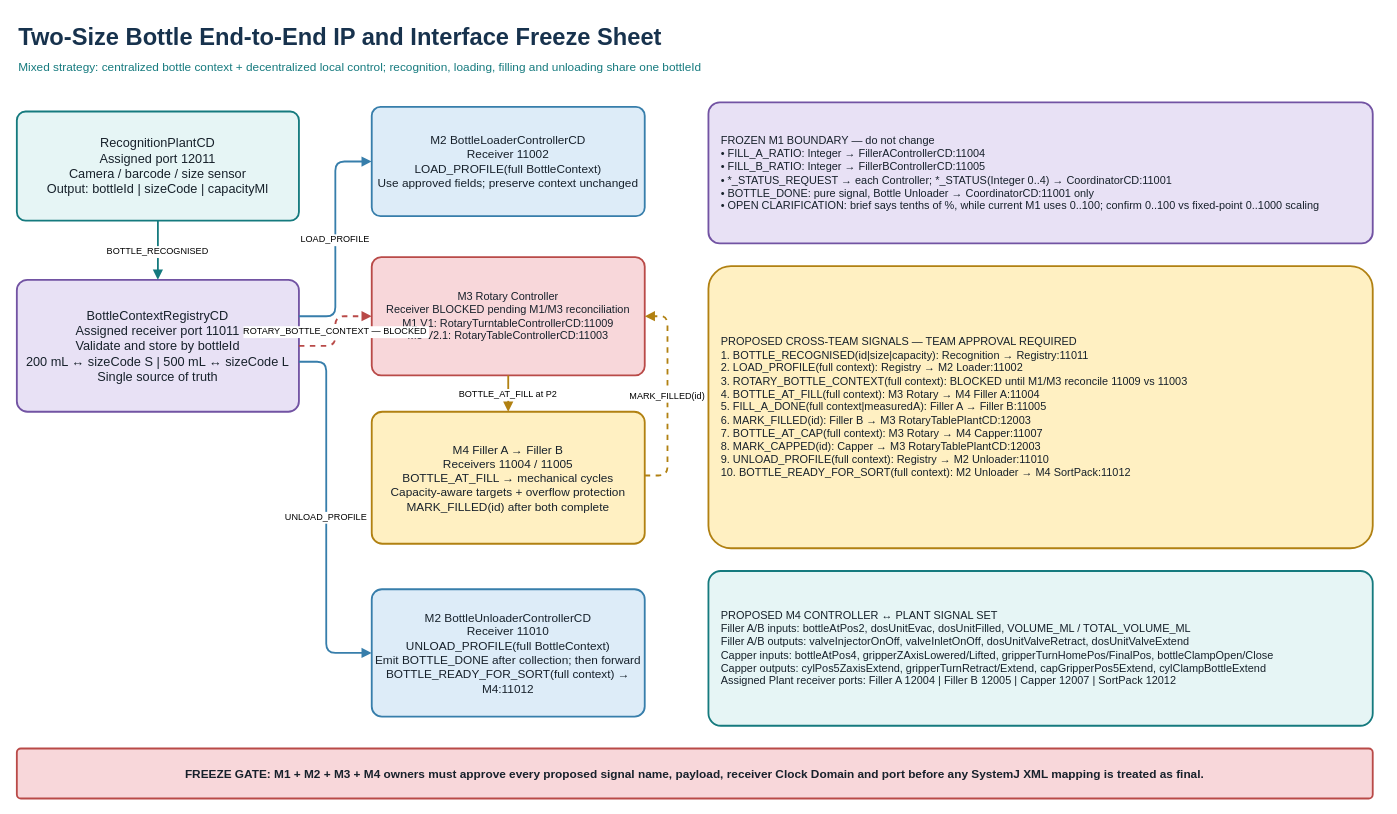
Before: page "6 Two-Size End-to-End and Interface Freeze" (6 of 7) of docs/COMPSYS704_M4_Diagrams.drawio in solomonyeUOA/COMPSYS704_Project1, a draw.io diagram. Source tidied: cells renumbered, new cells numbered last; positions are measured from the earlier drawing's top-left corner, leaving out a move shared by most shapes. Both pictures are drawn from the tidied source at 91%, with x=0, y=0 at pixel (16, 15).
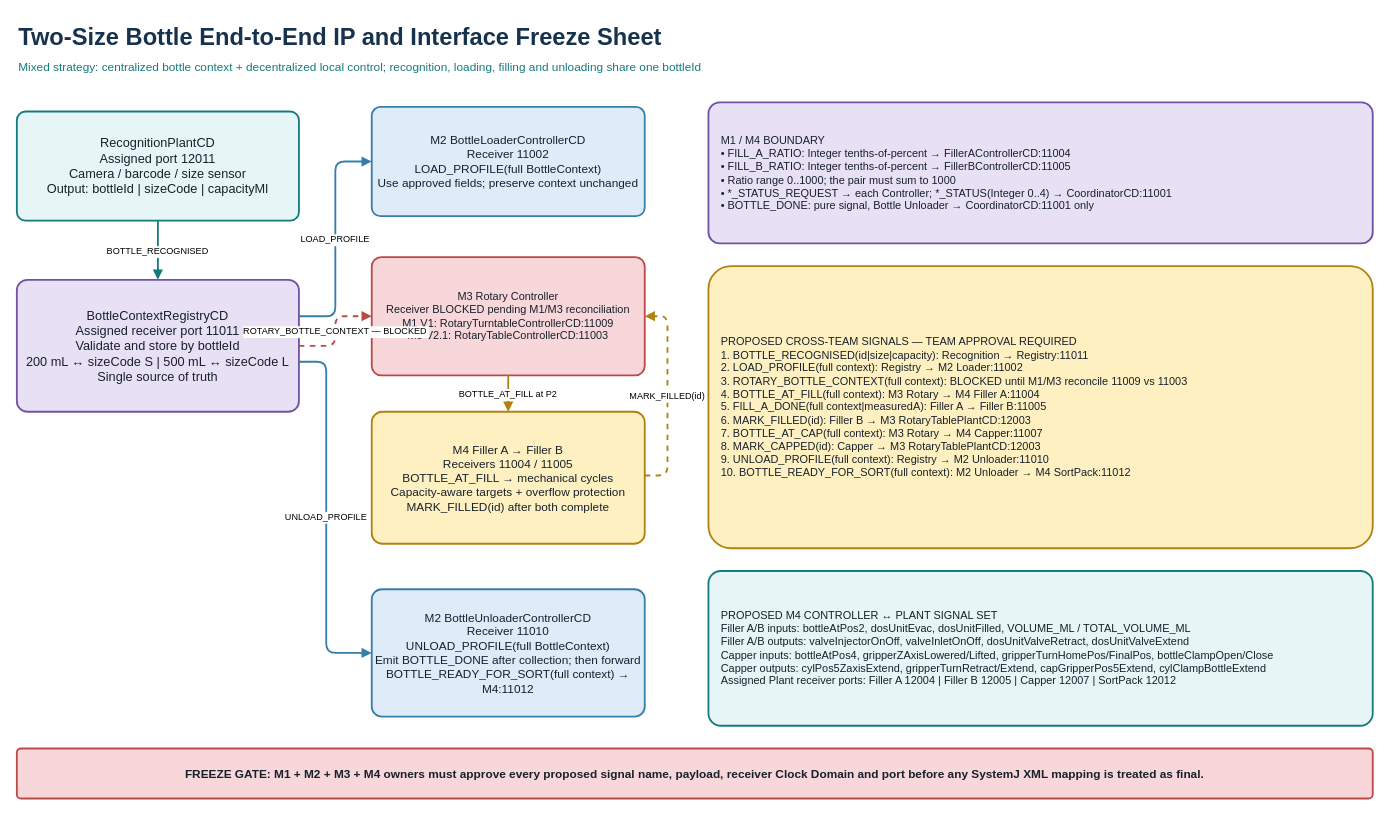
Above is the later version.

Change to the diagram source:
```diff
@@
-    <mxCell id="10" value="FROZEN M1 BOUNDARY — do not change&#10;• FILL_A_RATIO: Integer → FillerAControllerCD:11004&#10;• FILL_B_RATIO: Integer → FillerBControllerCD:11005&#10;• *_STATUS_REQUEST → each Controller; *_STATUS(Integer 0..4) → CoordinatorCD:11001&#10;• BOTTLE_DONE: pure signal, Bottle Unloader → CoordinatorCD:11001 only&#10;• OPEN CLARIFICATION: brief says tenths of %, while current M1 uses 0..100; confirm 0..100 vs fixed-point 0..1000 scaling" style="rounded=1;whiteSpace=wrap;html=0;fillColor=#E8E1F5;strokeColor=#7253A3;strokeWidth=2;fontSize=12;fontColor=#17212B;align=left;spacingLeft=12;verticalAlign=middle;arcSize=8;" parent="1" vertex="1">
+    <mxCell id="10" value="M1 / M4 BOUNDARY&#10;• FILL_A_RATIO: Integer tenths-of-percent → FillerAControllerCD:11004&#10;• FILL_B_RATIO: Integer tenths-of-percent → FillerBControllerCD:11005&#10;• Ratio range 0..1000; the pair must sum to 1000&#10;• *_STATUS_REQUEST → each Controller; *_STATUS(Integer 0..4) → CoordinatorCD:11001&#10;• BOTTLE_DONE: pure signal, Bottle Unloader → CoordinatorCD:11001 only" style="rounded=1;whiteSpace=wrap;html=0;fillColor=#E8E1F5;strokeColor=#7253A3;strokeWidth=2;fontSize=12;fontColor=#17212B;align=left;spacingLeft=12;verticalAlign=middle;arcSize=8;" parent="1" vertex="1">
       <mxGeometry x="760" y="95" width="730" height="155" as="geometry" />
     </mxCell>
```
